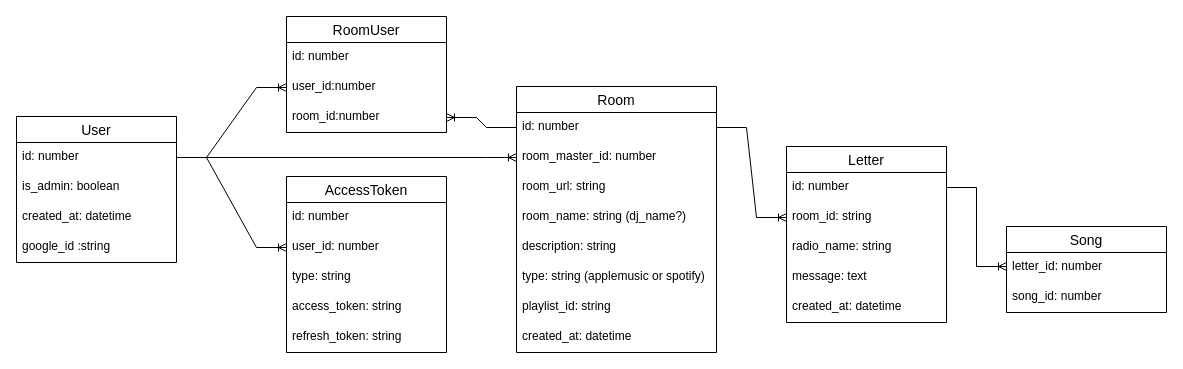
Before: db/dj.drawio in lit-kansai/dj_system-docs, a draw.io diagram. Source tidied: cells renumbered, new cells numbered last; positions are measured from the earlier drawing's top-left corner, leaving out a move shared by most shapes. Both pictures are drawn from the tidied source at 100%, with x=0, y=0 at pixel (16, 16).
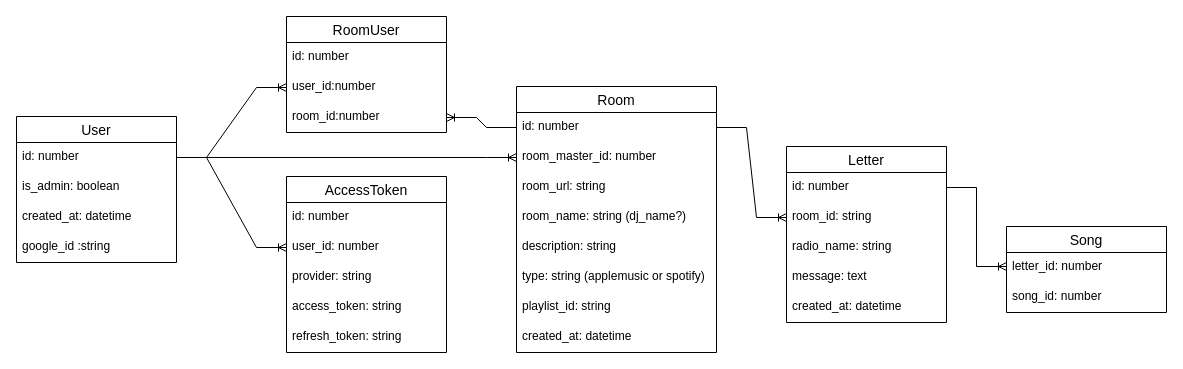
After the change.

Commit message:
rename: type to provider (#18)

Unchanged cells that the change refers to:
```xml
<mxCell id="31" value="AccessToken" style="swimlane;fontStyle=0;horizontal=1;startSize=26;align=center;fontSize=14;fontFamily=Helvetica;" parent="1" vertex="1">
  <mxGeometry x="270" y="160" width="160" height="176" as="geometry" />
</mxCell>
```

Change to the diagram source:
```diff
@@
-    <mxCell id="34" value="type: string" style="text;strokeColor=none;fillColor=none;spacingLeft=4;spacingRight=4;overflow=hidden;fontSize=12;fontFamily=Helvetica;" parent="31" vertex="1">
+    <mxCell id="34" value="provider: string" style="text;strokeColor=none;fillColor=none;spacingLeft=4;spacingRight=4;overflow=hidden;fontSize=12;fontFamily=Helvetica;" parent="31" vertex="1">
       <mxGeometry y="86" width="160" height="30" as="geometry" />
     </mxCell>
```
